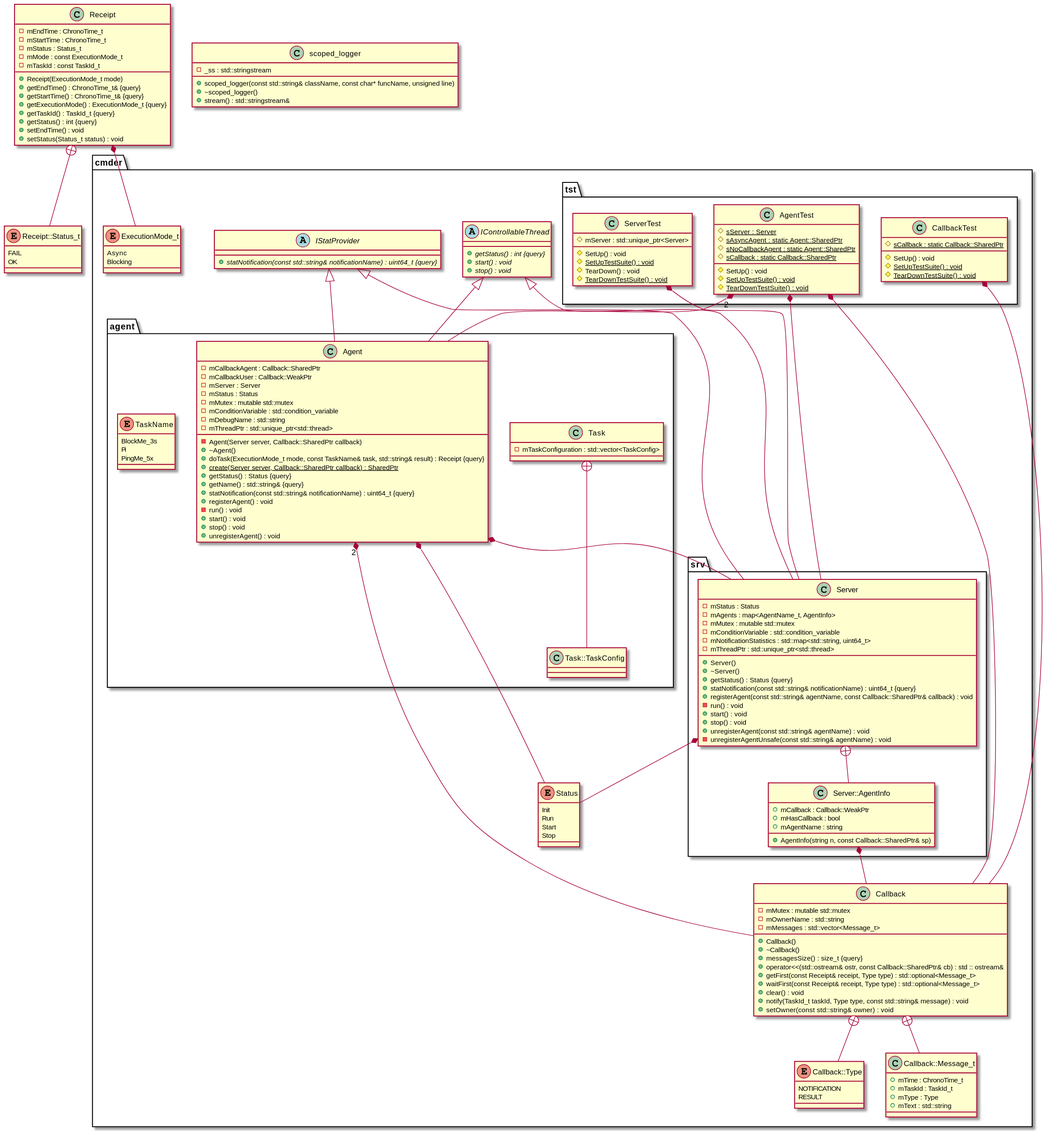
Above: diagrams/classdiagram.svg in h6wk/Cmder (PlantUML), before the change.
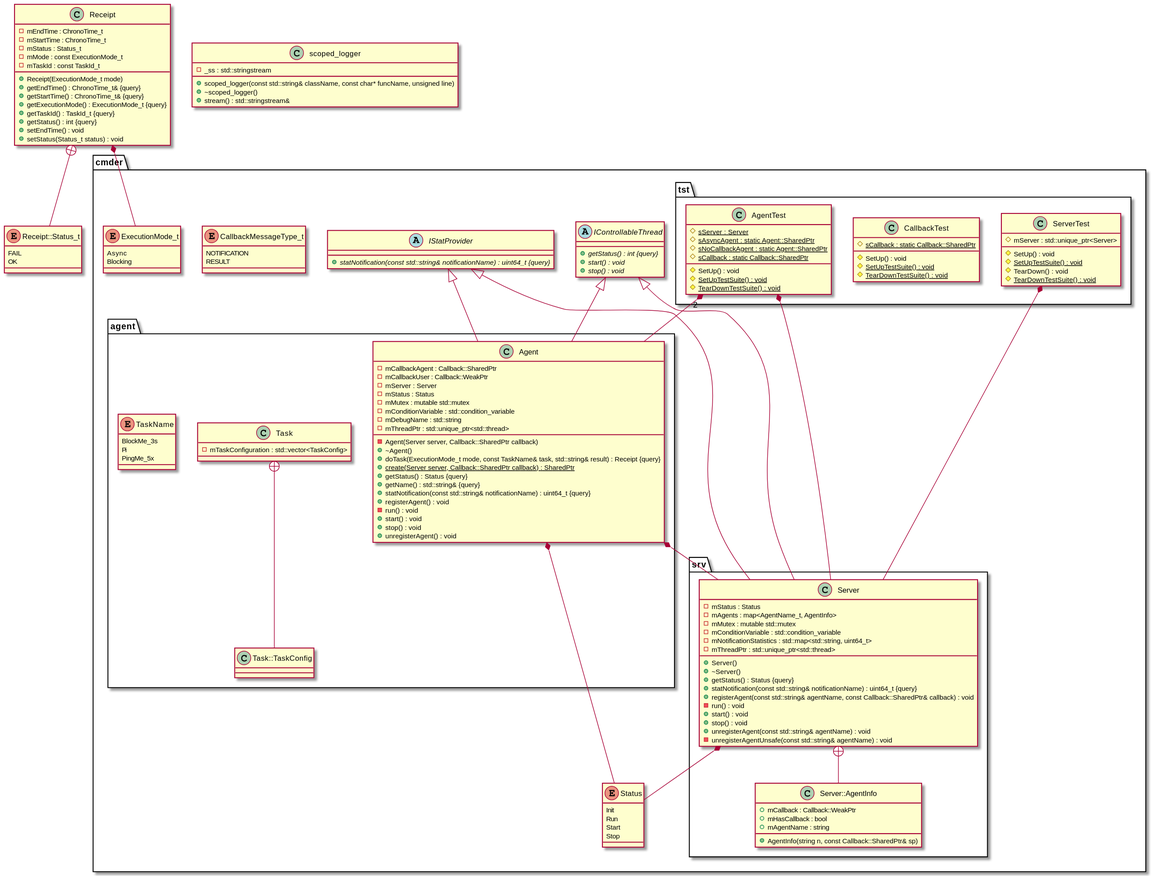
Later version of the same file.

Diff of the diagram source:
```diff
@@ -37,21 +37,6 @@
 
 
 namespace cmder {
-	class Callback {
-		+Callback()
-		+~Callback()
-		-mMutex : mutable std::mutex
-		+messagesSize() : size_t {query}
-		+operator<<(std::ostream& ostr, const Callback::SharedPtr& cb) : std :: ostream&
-		+getFirst(const Receipt& receipt, Type type) : std::optional<Message_t>
-		+waitFirst(const Receipt& receipt, Type type) : std::optional<Message_t>
-		-mOwnerName : std::string
-		-mMessages : std::vector<Message_t>
-		+clear() : void
-		+notify(TaskId_t taskId, Type type, const std::string& message) : void
-		+setOwner(const std::string& owner) : void
-	}
-
 	abstract class IControllableThread {
 		+{abstract} getStatus() : int {query}
 		+{abstract} start() : void
@@ -62,7 +47,7 @@
 		+{abstract} statNotification(const std::string& notificationName) : uint64_t {query}
 	}
 
-	enum Callback::Type {
+	enum CallbackMessageType_t {
 		NOTIFICATION
 		RESULT
 	}
@@ -77,13 +62,6 @@
 		Run
 		Start
 		Stop
-	}
-
-	class Callback::Message_t {
-		+mTime : ChronoTime_t
-		+mTaskId : TaskId_t
-		+mType : Type
-		+mText : std::string
 	}
 
 	namespace tst {
@@ -201,9 +179,6 @@
 
 
 
-cmder.agent.Agent "2" *-- cmder.Callback
-
-
 cmder.agent.Agent *-- cmder.srv.Server
 
 
@@ -213,13 +188,7 @@
 cmder.tst.AgentTest "2" *-- cmder.agent.Agent
 
 
-cmder.tst.AgentTest *-- cmder.Callback
-
-
 cmder.tst.AgentTest *-- cmder.srv.Server
-
-
-cmder.tst.CallbackTest *-- cmder.Callback
 
 
 .Receipt *-- cmder.ExecutionMode_t
@@ -228,21 +197,12 @@
 cmder.srv.Server *-- cmder.Status
 
 
-cmder.srv.Server::AgentInfo *-- cmder.Callback
-
-
 cmder.tst.ServerTest *-- cmder.srv.Server
 
 
 
 
 
-
-
-cmder.Callback +-- cmder.Callback::Message_t
-
-
-cmder.Callback +-- cmder.Callback::Type
 
 
 .Receipt +-- .Receipt::Status_t
```
